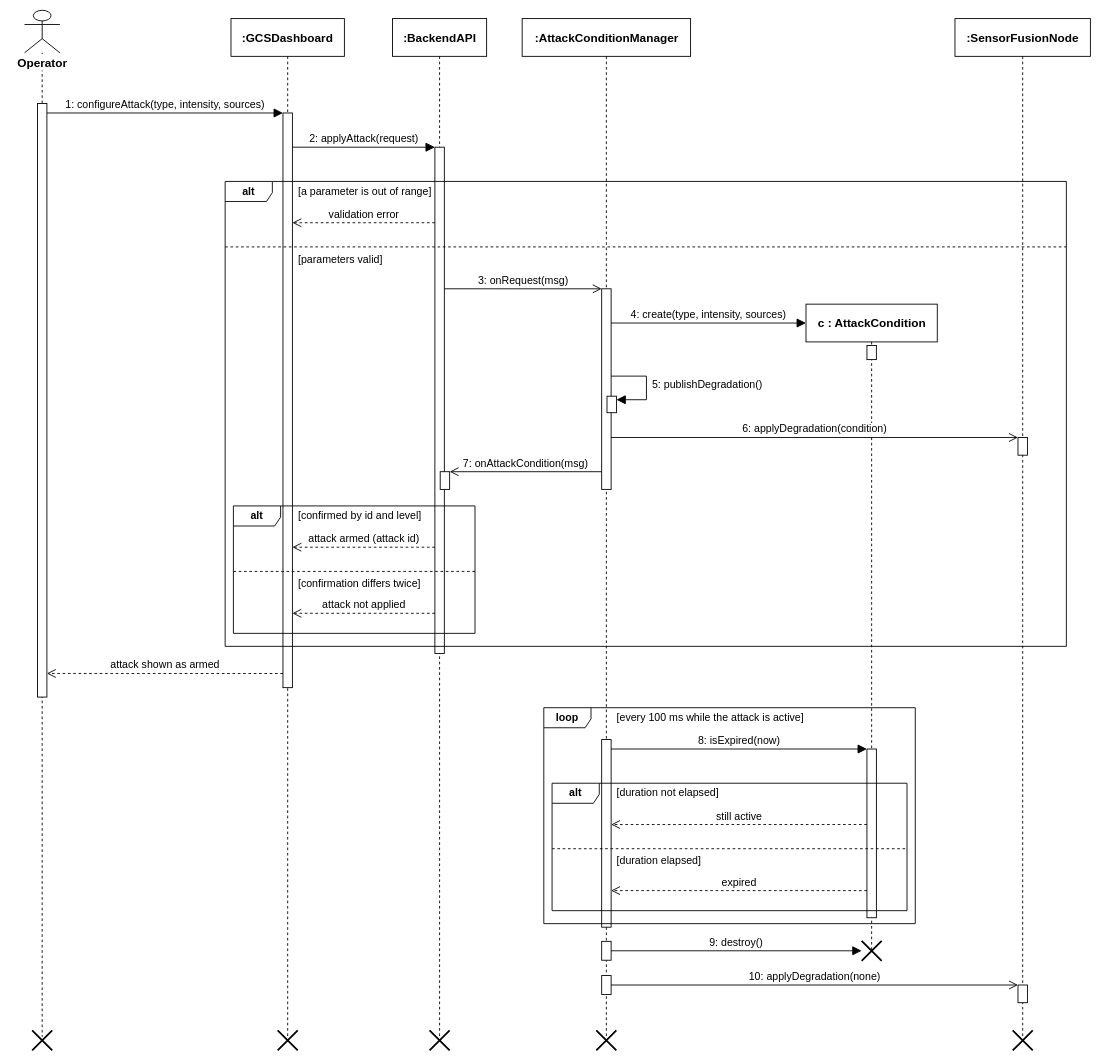
The draw.io diagram 15_sequence_cyberattack.drawio in syedmohammad611/diagrams, before the edit. Source tidied: cells renumbered, new cells numbered last; positions are measured from the earlier drawing's top-left corner, leaving out a move shared by most shapes. Both pictures are drawn from the tidied source at 59%, with x=0, y=0 at pixel (10, 10).
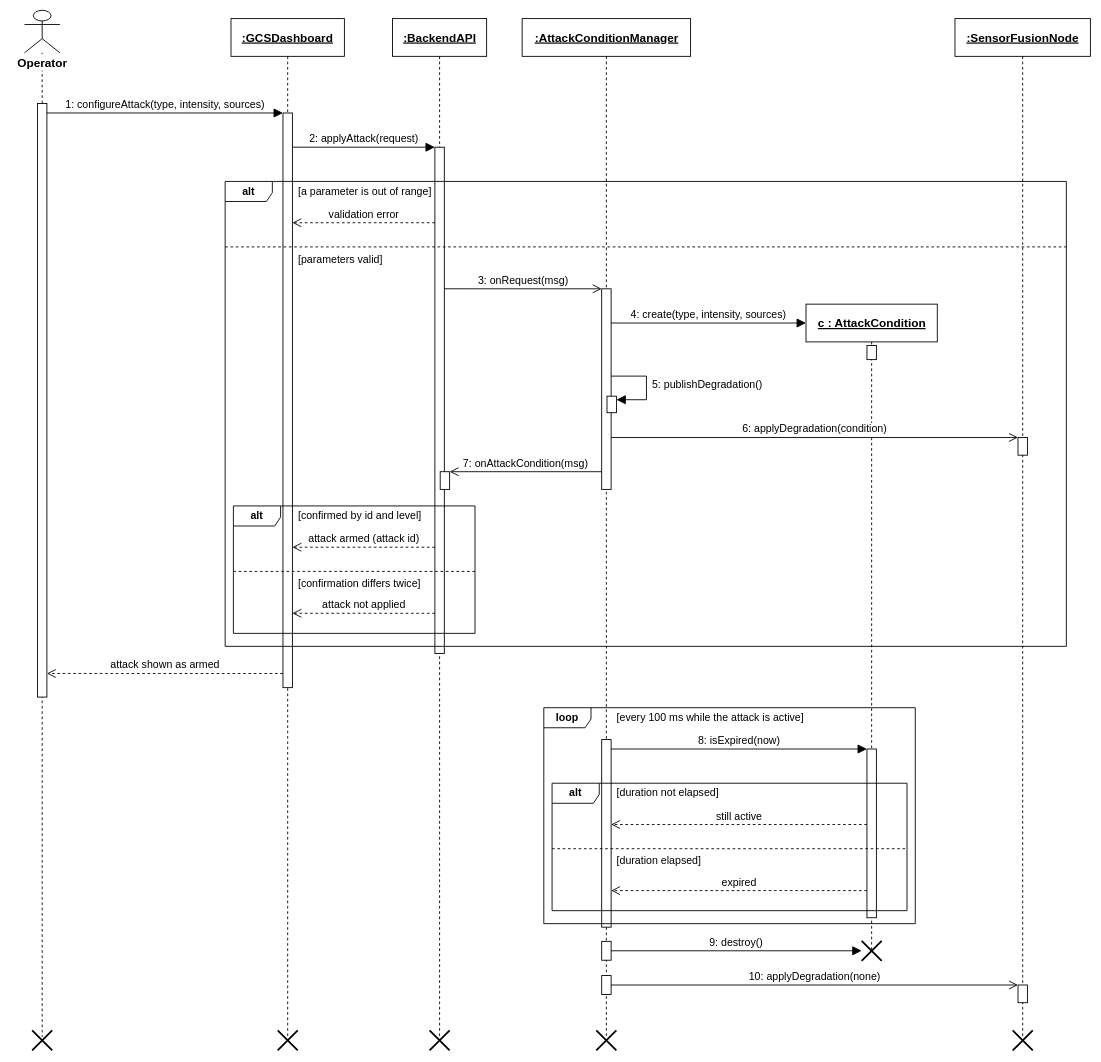
The same diagram, later.

Change to the diagram source:
```diff
@@
-    <mxCell id="5" value=":GCSDashboard" style="shape=umlLifeline;perimeter=lifelinePerimeter;whiteSpace=wrap;html=1;newEdgeStyle={&quot;edgeStyle&quot;:&quot;elbowEdgeStyle&quot;,&quot;elbow&quot;:&quot;vertical&quot;,&quot;curved&quot;:0,&quot;rounded&quot;:0};fillColor=none;strokeColor=#000000;strokeWidth=1.5;fontFamily=Helvetica;fontColor=#000000;fontSize=20;fontStyle=1;size=64;" parent="1" vertex="1">
+    <mxCell id="5" value=":GCSDashboard" style="shape=umlLifeline;perimeter=lifelinePerimeter;whiteSpace=wrap;html=1;newEdgeStyle={&quot;edgeStyle&quot;:&quot;elbowEdgeStyle&quot;,&quot;elbow&quot;:&quot;vertical&quot;,&quot;curved&quot;:0,&quot;rounded&quot;:0};fillColor=none;strokeColor=#000000;strokeWidth=1.5;fontFamily=Helvetica;fontColor=#000000;fontSize=20;fontStyle=5;size=64;" parent="1" vertex="1">
       <mxGeometry x="374" y="14" width="192.2" height="1726" as="geometry" />
     </mxCell>
@@
-    <mxCell id="7" value=":BackendAPI" style="shape=umlLifeline;perimeter=lifelinePerimeter;whiteSpace=wrap;html=1;newEdgeStyle={&quot;edgeStyle&quot;:&quot;elbowEdgeStyle&quot;,&quot;elbow&quot;:&quot;vertical&quot;,&quot;curved&quot;:0,&quot;rounded&quot;:0};fillColor=none;strokeColor=#000000;strokeWidth=1.5;fontFamily=Helvetica;fontColor=#000000;fontSize=20;fontStyle=1;size=64;" parent="1" vertex="1">
+    <mxCell id="7" value=":BackendAPI" style="shape=umlLifeline;perimeter=lifelinePerimeter;whiteSpace=wrap;html=1;newEdgeStyle={&quot;edgeStyle&quot;:&quot;elbowEdgeStyle&quot;,&quot;elbow&quot;:&quot;vertical&quot;,&quot;curved&quot;:0,&quot;rounded&quot;:0};fillColor=none;strokeColor=#000000;strokeWidth=1.5;fontFamily=Helvetica;fontColor=#000000;fontSize=20;fontStyle=5;size=64;" parent="1" vertex="1">
       <mxGeometry x="647.8" y="14" width="159.5" height="1726" as="geometry" />
     </mxCell>
@@
-    <mxCell id="10" value=":AttackConditionManager" style="shape=umlLifeline;perimeter=lifelinePerimeter;whiteSpace=wrap;html=1;newEdgeStyle={&quot;edgeStyle&quot;:&quot;elbowEdgeStyle&quot;,&quot;elbow&quot;:&quot;vertical&quot;,&quot;curved&quot;:0,&quot;rounded&quot;:0};fillColor=none;strokeColor=#000000;strokeWidth=1.5;fontFamily=Helvetica;fontColor=#000000;fontSize=20;fontStyle=1;size=64;" parent="1" vertex="1">
+    <mxCell id="10" value=":AttackConditionManager" style="shape=umlLifeline;perimeter=lifelinePerimeter;whiteSpace=wrap;html=1;newEdgeStyle={&quot;edgeStyle&quot;:&quot;elbowEdgeStyle&quot;,&quot;elbow&quot;:&quot;vertical&quot;,&quot;curved&quot;:0,&quot;rounded&quot;:0};fillColor=none;strokeColor=#000000;strokeWidth=1.5;fontFamily=Helvetica;fontColor=#000000;fontSize=20;fontStyle=5;size=64;" parent="1" vertex="1">
       <mxGeometry x="867.5" y="14" width="285.5" height="1726" as="geometry" />
     </mxCell>
@@
-    <mxCell id="16" value="c : AttackCondition" style="shape=umlLifeline;perimeter=lifelinePerimeter;whiteSpace=wrap;html=1;outlineConnect=0;portConstraint=eastwest;newEdgeStyle={&quot;edgeStyle&quot;:&quot;elbowEdgeStyle&quot;,&quot;elbow&quot;:&quot;vertical&quot;,&quot;curved&quot;:0,&quot;rounded&quot;:0};fillColor=none;strokeColor=#000000;strokeWidth=1.5;fontFamily=Helvetica;fontColor=#000000;fontSize=20;fontStyle=1;size=64;" parent="1" vertex="1">
+    <mxCell id="16" value="c : AttackCondition" style="shape=umlLifeline;perimeter=lifelinePerimeter;whiteSpace=wrap;html=1;outlineConnect=0;portConstraint=eastwest;newEdgeStyle={&quot;edgeStyle&quot;:&quot;elbowEdgeStyle&quot;,&quot;elbow&quot;:&quot;vertical&quot;,&quot;curved&quot;:0,&quot;rounded&quot;:0};fillColor=none;strokeColor=#000000;strokeWidth=1.5;fontFamily=Helvetica;fontColor=#000000;fontSize=20;fontStyle=5;size=64;" parent="1" vertex="1">
       <mxGeometry x="1348.6" y="498" width="222.5" height="1096" as="geometry" />
     </mxCell>
@@
-    <mxCell id="20" value=":SensorFusionNode" style="shape=umlLifeline;perimeter=lifelinePerimeter;whiteSpace=wrap;html=1;newEdgeStyle={&quot;edgeStyle&quot;:&quot;elbowEdgeStyle&quot;,&quot;elbow&quot;:&quot;vertical&quot;,&quot;curved&quot;:0,&quot;rounded&quot;:0};fillColor=none;strokeColor=#000000;strokeWidth=1.5;fontFamily=Helvetica;fontColor=#000000;fontSize=20;fontStyle=1;size=64;" parent="1" vertex="1">
+    <mxCell id="20" value=":SensorFusionNode" style="shape=umlLifeline;perimeter=lifelinePerimeter;whiteSpace=wrap;html=1;newEdgeStyle={&quot;edgeStyle&quot;:&quot;elbowEdgeStyle&quot;,&quot;elbow&quot;:&quot;vertical&quot;,&quot;curved&quot;:0,&quot;rounded&quot;:0};fillColor=none;strokeColor=#000000;strokeWidth=1.5;fontFamily=Helvetica;fontColor=#000000;fontSize=20;fontStyle=5;size=64;" parent="1" vertex="1">
       <mxGeometry x="1601.1" y="14" width="229.5" height="1726" as="geometry" />
     </mxCell>
```
